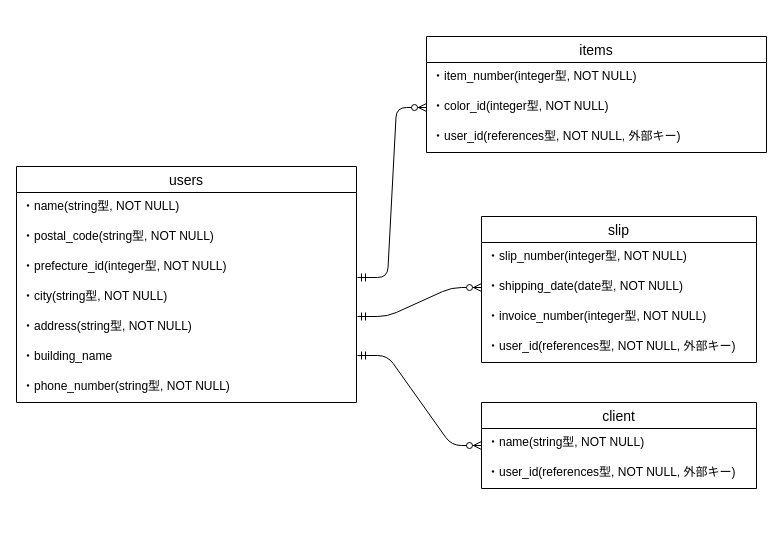
Earlier version of the draw.io diagram easy_slips.dio (hiddy0329/easy_slips). Source tidied: cells renumbered, new cells numbered last; positions are measured from the earlier drawing's top-left corner, leaving out a move shared by most shapes. Both pictures are drawn from the tidied source at 100%, with x=0, y=0 at pixel (16, 36).
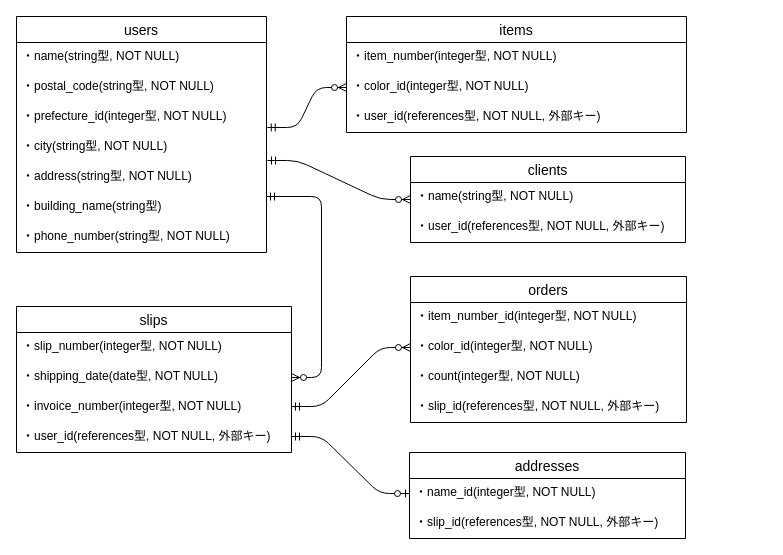
The same diagram, later.

The change refers to these unchanged cells:
```xml
<mxCell id="20" value="・shipping_date(date型, NOT NULL)" style="text;strokeColor=none;fillColor=none;spacingLeft=4;spacingRight=4;overflow=hidden;points=[[0,0.5],[1,0.5]];portConstraint=eastwest;fontSize=12;" parent="18" vertex="1">
  <mxGeometry y="56" width="275" height="30" as="geometry" />
</mxCell>
```

Diff of the diagram source:
```diff
@@
     <mxCell id="2" value="users" style="swimlane;fontStyle=0;horizontal=1;startSize=26;align=center;fontSize=14;" parent="1" vertex="1">
-      <mxGeometry y="130" width="340" height="236" as="geometry" />
+      <mxGeometry y="-20" width="250" height="236" as="geometry" />
     </mxCell>
     <mxCell id="3" value="・name(string型, NOT NULL)" style="text;strokeColor=none;fillColor=none;spacingLeft=4;spacingRight=4;overflow=hidden;fontSize=12;" parent="2" vertex="1">
-      <mxGeometry y="26" width="340" height="30" as="geometry" />
+      <mxGeometry y="26" width="250" height="30" as="geometry" />
     </mxCell>
     <mxCell id="4" value="・postal_code(string型, NOT NULL)" style="text;strokeColor=none;fillColor=none;spacingLeft=4;spacingRight=4;overflow=hidden;fontSize=12;" parent="2" vertex="1">
-      <mxGeometry y="56" width="340" height="30" as="geometry" />
+      <mxGeometry y="56" width="250" height="30" as="geometry" />
     </mxCell>
     <mxCell id="5" value="・prefecture_id(integer型, NOT NULL)" style="text;strokeColor=none;fillColor=none;spacingLeft=4;spacingRight=4;overflow=hidden;points=[[0,0.5],[1,0.5]];portConstraint=eastwest;fontSize=12;" parent="2" vertex="1">
-      <mxGeometry y="86" width="340" height="30" as="geometry" />
+      <mxGeometry y="86" width="250" height="30" as="geometry" />
     </mxCell>
     <mxCell id="6" value="・city(string型, NOT NULL)" style="text;strokeColor=none;fillColor=none;spacingLeft=4;spacingRight=4;overflow=hidden;fontSize=12;" parent="2" vertex="1">
-      <mxGeometry y="116" width="340" height="30" as="geometry" />
+      <mxGeometry y="116" width="250" height="30" as="geometry" />
     </mxCell>
     <mxCell id="7" value="・address(string型, NOT NULL)" style="text;strokeColor=none;fillColor=none;spacingLeft=4;spacingRight=4;overflow=hidden;points=[[0,0.5],[1,0.5]];portConstraint=eastwest;fontSize=12;" parent="2" vertex="1">
-      <mxGeometry y="146" width="340" height="30" as="geometry" />
+      <mxGeometry y="146" width="250" height="30" as="geometry" />
     </mxCell>
-    <mxCell id="8" value="・building_name" style="text;strokeColor=none;fillColor=none;spacingLeft=4;spacingRight=4;overflow=hidden;fontSize=12;" parent="2" vertex="1">
-      <mxGeometry y="176" width="340" height="30" as="geometry" />
+    <mxCell id="8" value="・building_name(string型)" style="text;strokeColor=none;fillColor=none;spacingLeft=4;spacingRight=4;overflow=hidden;fontSize=12;" parent="2" vertex="1">
+      <mxGeometry y="176" width="250" height="30" as="geometry" />
     </mxCell>
     <mxCell id="9" value="・phone_number(string型, NOT NULL)" style="text;strokeColor=none;fillColor=none;spacingLeft=4;spacingRight=4;overflow=hidden;fontSize=12;" parent="2" vertex="1">
-      <mxGeometry y="206" width="340" height="30" as="geometry" />
+      <mxGeometry y="206" width="250" height="30" as="geometry" />
     </mxCell>
-    <mxCell id="10" value="client" style="swimlane;fontStyle=0;horizontal=1;startSize=26;align=center;fontSize=14;" parent="1" vertex="1">
-      <mxGeometry x="465" y="366" width="275" height="86" as="geometry" />
+    <mxCell id="10" value="clients" style="swimlane;fontStyle=0;horizontal=1;startSize=26;align=center;fontSize=14;" parent="1" vertex="1">
+      <mxGeometry x="394" y="120" width="275" height="86" as="geometry" />
     </mxCell>
@@
     <mxCell id="13" value="items" style="swimlane;fontStyle=0;horizontal=1;startSize=26;align=center;fontSize=14;" parent="1" vertex="1">
-      <mxGeometry x="410" width="340" height="116" as="geometry" />
+      <mxGeometry x="330" y="-20" width="340" height="116" as="geometry" />
     </mxCell>
@@
-    <mxCell id="18" value="slip" style="swimlane;fontStyle=0;horizontal=1;startSize=26;align=center;fontSize=14;" parent="1" vertex="1">
-      <mxGeometry x="465" y="180" width="275" height="146" as="geometry" />
+    <mxCell id="18" value="slips" style="swimlane;fontStyle=0;horizontal=1;startSize=26;align=center;fontSize=14;" parent="1" vertex="1">
+      <mxGeometry y="270" width="275" height="146" as="geometry" />
     </mxCell>
@@
-    <mxCell id="23" style="edgeStyle=entityRelationEdgeStyle;fontSize=12;html=1;endArrow=ERzeroToMany;startArrow=ERmandOne;entryX=0;entryY=0.5;entryDx=0;entryDy=0;exitX=1.003;exitY=0.833;exitDx=0;exitDy=0;exitPerimeter=0;" parent="1" edge="1" target="20">
+    <mxCell id="23" style="edgeStyle=entityRelationEdgeStyle;fontSize=12;html=1;endArrow=ERzeroToMany;startArrow=ERmandOne;" parent="1" edge="1" target="20">
       <mxGeometry relative="1" as="geometry">
-        <mxPoint x="341" y="280" as="sourcePoint" />
+        <mxPoint x="250" y="160" as="sourcePoint" />
       </mxGeometry>
     </mxCell>
-    <mxCell id="24" style="edgeStyle=entityRelationEdgeStyle;fontSize=12;html=1;endArrow=ERzeroToMany;startArrow=ERmandOne;entryX=0;entryY=0.5;entryDx=0;entryDy=0;exitX=1.003;exitY=0.833;exitDx=0;exitDy=0;exitPerimeter=0;" parent="1" edge="1" target="10">
-      <mxGeometry relative="1" as="geometry">
-        <mxPoint x="341" y="319" as="sourcePoint" />
-      </mxGeometry>
+    <mxCell id="24" style="edgeStyle=entityRelationEdgeStyle;fontSize=12;html=1;endArrow=ERzeroToMany;startArrow=ERmandOne;entryX=0;entryY=0.5;entryDx=0;entryDy=0;exitX=1.004;exitY=-0.067;exitDx=0;exitDy=0;exitPerimeter=0;" parent="1" edge="1" source="7" target="10">
+      <mxGeometry relative="1" as="geometry" />
     </mxCell>
+    <mxCell id="25" value="orders" style="swimlane;fontStyle=0;horizontal=1;startSize=26;align=center;fontSize=14;" parent="1" vertex="1">
+      <mxGeometry x="394" y="240" width="276" height="146" as="geometry" />
+    </mxCell>
+    <mxCell id="26" value="・item_number_id(integer型, NOT NULL)" style="text;strokeColor=none;fillColor=none;spacingLeft=4;spacingRight=4;overflow=hidden;fontSize=12;" parent="25" vertex="1">
+      <mxGeometry y="26" width="276" height="30" as="geometry" />
+    </mxCell>
+    <mxCell id="27" value="・color_id(integer型, NOT NULL)" style="text;strokeColor=none;fillColor=none;spacingLeft=4;spacingRight=4;overflow=hidden;points=[[0,0.5],[1,0.5]];portConstraint=eastwest;fontSize=12;" parent="25" vertex="1">
+      <mxGeometry y="56" width="276" height="30" as="geometry" />
+    </mxCell>
+    <mxCell id="28" value="・count(integer型, NOT NULL)" style="text;strokeColor=none;fillColor=none;spacingLeft=4;spacingRight=4;overflow=hidden;fontSize=12;" parent="25" vertex="1">
+      <mxGeometry y="86" width="276" height="30" as="geometry" />
+    </mxCell>
+    <mxCell id="29" value="・slip_id(references型, NOT NULL, 外部キー)" style="text;strokeColor=none;fillColor=none;spacingLeft=4;spacingRight=4;overflow=hidden;fontSize=12;" parent="25" vertex="1">
+      <mxGeometry y="116" width="276" height="30" as="geometry" />
+    </mxCell>
+    <mxCell id="30" value="addresses" style="swimlane;fontStyle=0;horizontal=1;startSize=26;align=center;fontSize=14;" parent="1" vertex="1">
+      <mxGeometry x="393" y="416" width="276" height="86" as="geometry" />
+    </mxCell>
+    <mxCell id="31" value="・name_id(integer型, NOT NULL)" style="text;strokeColor=none;fillColor=none;spacingLeft=4;spacingRight=4;overflow=hidden;points=[[0,0.5],[1,0.5]];portConstraint=eastwest;fontSize=12;" parent="30" vertex="1">
+      <mxGeometry y="26" width="276" height="30" as="geometry" />
+    </mxCell>
+    <mxCell id="32" value="・slip_id(references型, NOT NULL, 外部キー)" style="text;strokeColor=none;fillColor=none;spacingLeft=4;spacingRight=4;overflow=hidden;fontSize=12;" parent="30" vertex="1">
+      <mxGeometry y="56" width="276" height="30" as="geometry" />
+    </mxCell>
+    <mxCell id="33" style="edgeStyle=entityRelationEdgeStyle;fontSize=12;html=1;endArrow=ERzeroToOne;startArrow=ERmandOne;entryX=0;entryY=0.5;entryDx=0;entryDy=0;" parent="1" edge="1" target="31">
+      <mxGeometry relative="1" as="geometry">
+        <mxPoint x="275" y="400" as="sourcePoint" />
+      </mxGeometry>
+    </mxCell>
+    <mxCell id="34" style="edgeStyle=entityRelationEdgeStyle;fontSize=12;html=1;endArrow=ERzeroToMany;startArrow=ERmandOne;entryX=0;entryY=0.5;entryDx=0;entryDy=0;" parent="1" edge="1" target="27">
+      <mxGeometry relative="1" as="geometry">
+        <mxPoint x="275" y="370" as="sourcePoint" />
+      </mxGeometry>
+    </mxCell>
```
